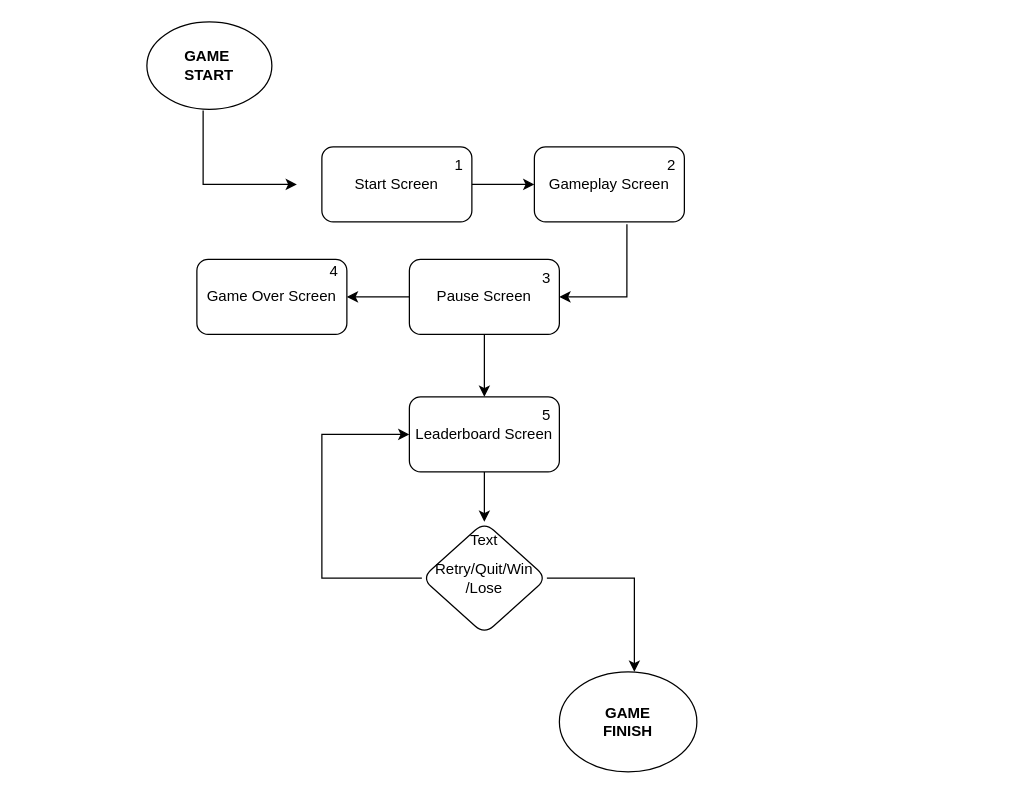
Earlier version of the draw.io diagram 3girls.drawio (ristinuraulia2/tefa-perpus-digital). Source tidied: cells renumbered, new cells numbered last; positions are measured from the earlier drawing's top-left corner, leaving out a move shared by most shapes. Both pictures are drawn from the tidied source at 125%, with x=0, y=0 at pixel (146, 21).
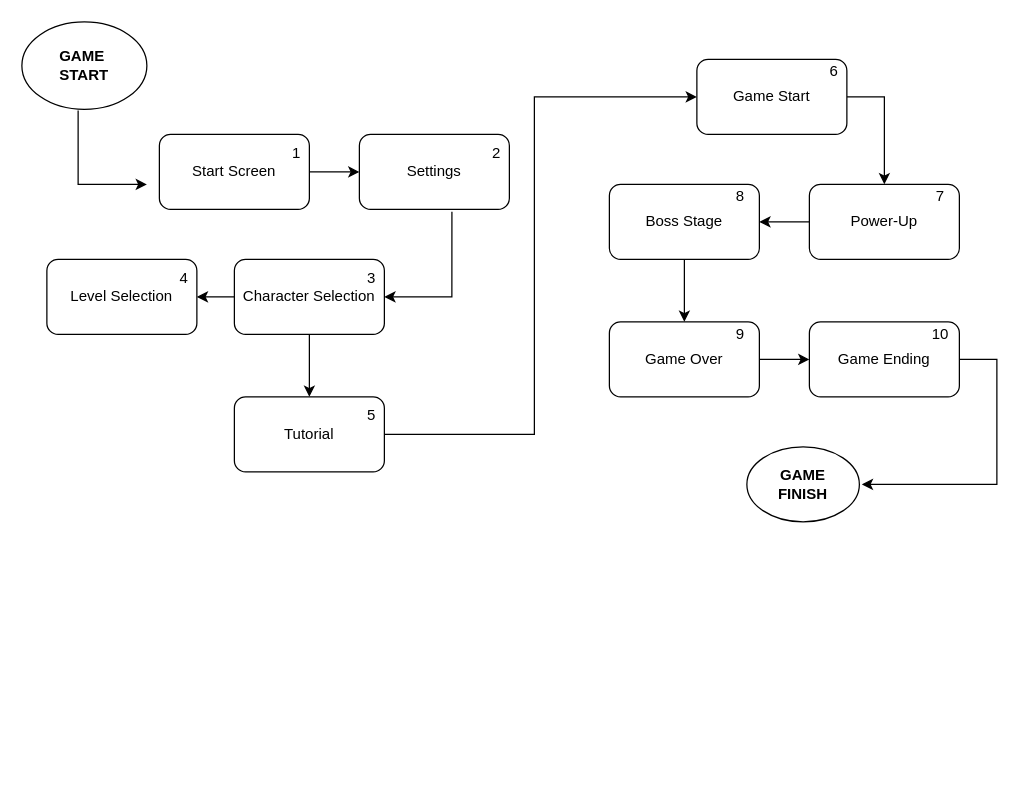
Above is the later version.

The edit, as a diff of the source:
```diff
@@
     <mxCell id="2" value="&lt;b&gt;GAME&amp;nbsp;&lt;/b&gt;&lt;div&gt;&lt;b&gt;START&lt;/b&gt;&lt;/div&gt;" style="ellipse;whiteSpace=wrap;html=1;" parent="1" vertex="1">
-      <mxGeometry width="100" height="70" as="geometry" />
+      <mxGeometry x="-100" width="100" height="70" as="geometry" />
     </mxCell>
     <mxCell id="3" style="endArrow=classic;html=1;rounded=0;exitX=0.45;exitY=1.013;exitDx=0;exitDy=0;exitPerimeter=0;" parent="1" edge="1" source="2">
       <mxGeometry relative="1" as="geometry">
-        <mxPoint x="120" y="130" as="targetPoint" />
+        <mxPoint y="130" as="targetPoint" />
         <Array as="points">
-          <mxPoint x="45" y="130" />
+          <mxPoint x="-55" y="130" />
         </Array>
       </mxGeometry>
     </mxCell>
@@
     <mxCell id="5" value="Start Screen" style="rounded=1;whiteSpace=wrap;html=1;" parent="1" vertex="1">
-      <mxGeometry x="140" y="100" width="120" height="60" as="geometry" />
+      <mxGeometry x="10" y="90" width="120" height="60" as="geometry" />
     </mxCell>
-    <mxCell id="6" value="Gameplay Screen" style="whiteSpace=wrap;html=1;rounded=1;" parent="1" vertex="1">
-      <mxGeometry x="310" y="100" width="120" height="60" as="geometry" />
+    <mxCell id="6" value="Settings" style="whiteSpace=wrap;html=1;rounded=1;" parent="1" vertex="1">
+      <mxGeometry x="170" y="90" width="120" height="60" as="geometry" />
     </mxCell>
@@
-    <mxCell id="9" value="Pause Screen" style="whiteSpace=wrap;html=1;rounded=1;" parent="1" vertex="1">
-      <mxGeometry x="210" y="190" width="120" height="60" as="geometry" />
+    <mxCell id="9" value="Character Selection" style="whiteSpace=wrap;html=1;rounded=1;" parent="1" vertex="1">
+      <mxGeometry x="70" y="190" width="120" height="60" as="geometry" />
     </mxCell>
     <mxCell id="10" style="endArrow=classic;html=1;rounded=0;exitX=0.617;exitY=1.033;exitDx=0;exitDy=0;exitPerimeter=0;entryX=1;entryY=0.5;entryDx=0;entryDy=0;" parent="1" edge="1" source="6" target="9">
       <mxGeometry relative="1" as="geometry">
         <Array as="points">
-          <mxPoint x="384" y="220" />
+          <mxPoint x="244" y="220" />
         </Array>
       </mxGeometry>
     </mxCell>
-    <mxCell id="11" value="Game Over Screen" style="whiteSpace=wrap;html=1;rounded=1;" parent="1" vertex="1">
-      <mxGeometry x="40" y="190" width="120" height="60" as="geometry" />
+    <mxCell id="11" value="Level Selection" style="whiteSpace=wrap;html=1;rounded=1;" parent="1" vertex="1">
+      <mxGeometry x="-80" y="190" width="120" height="60" as="geometry" />
     </mxCell>
-    <mxCell id="12" style="edgeStyle=orthogonalEdgeStyle;rounded=0;jettySize=auto;html=1;" parent="1" edge="1" source="13" target="14">
-      <mxGeometry relative="1" as="geometry" />
-    </mxCell>
+    <mxCell id="24" style="edgeStyle=orthogonalEdgeStyle;rounded=0;jettySize=auto;html=1;" parent="1" edge="1" source="13" target="26">
+      <mxGeometry relative="1" as="geometry">
+        <Array as="points">
+          <mxPoint x="310" y="330" />
+          <mxPoint x="310" y="60" />
+        </Array>
+      </mxGeometry>
+    </mxCell>
-    <mxCell id="13" value="Leaderboard Screen" style="whiteSpace=wrap;html=1;rounded=1;" parent="1" vertex="1">
-      <mxGeometry x="210" y="300" width="120" height="60" as="geometry" />
+    <mxCell id="13" value="Tutorial" style="whiteSpace=wrap;html=1;rounded=1;" parent="1" vertex="1">
+      <mxGeometry x="70" y="300" width="120" height="60" as="geometry" />
     </mxCell>
-    <mxCell id="14" value="Retry/Quit/Win&lt;div&gt;/Lose&lt;/div&gt;" style="rhombus;whiteSpace=wrap;html=1;rounded=1;" parent="1" vertex="1">
-      <mxGeometry x="220" y="400" width="100" height="90" as="geometry" />
-    </mxCell>
-    <mxCell id="15" style="endArrow=classic;html=1;rounded=0;exitX=0;exitY=0.5;exitDx=0;exitDy=0;entryX=0;entryY=0.5;entryDx=0;entryDy=0;" parent="1" edge="1" source="14" target="13">
-      <mxGeometry relative="1" as="geometry">
-        <Array as="points">
-          <mxPoint x="140" y="445" />
-          <mxPoint x="140" y="330" />
-        </Array>
-      </mxGeometry>
-    </mxCell>
     <mxCell id="16" value="&lt;b&gt;GAME&lt;/b&gt;&lt;div&gt;&lt;b&gt;FINISH&lt;/b&gt;&lt;/div&gt;" style="ellipse;whiteSpace=wrap;html=1;" parent="1" vertex="1">
-      <mxGeometry x="330" y="520" width="110" height="80" as="geometry" />
+      <mxGeometry x="480" y="340" width="90" height="60" as="geometry" />
     </mxCell>
-    <mxCell id="17" style="endArrow=classic;html=1;rounded=0;exitX=1;exitY=0.5;exitDx=0;exitDy=0;" parent="1" edge="1" source="14">
-      <mxGeometry relative="1" as="geometry">
-        <mxPoint x="390" y="520" as="targetPoint" />
-        <Array as="points">
-          <mxPoint x="390" y="445" />
-        </Array>
-      </mxGeometry>
-    </mxCell>
     <mxCell id="18" value="1" style="text;html=1;align=center;verticalAlign=middle;whiteSpace=wrap;rounded=0;" parent="1" vertex="1">
-      <mxGeometry x="220" y="100" width="60" height="30" as="geometry" />
+      <mxGeometry x="90" y="90" width="60" height="30" as="geometry" />
     </mxCell>
     <mxCell id="19" value="2" style="text;html=1;align=center;verticalAlign=middle;whiteSpace=wrap;rounded=0;" parent="1" vertex="1">
-      <mxGeometry x="390" y="100" width="60" height="30" as="geometry" />
+      <mxGeometry x="250" y="90" width="60" height="30" as="geometry" />
     </mxCell>
     <mxCell id="20" value="5" style="text;html=1;align=center;verticalAlign=middle;whiteSpace=wrap;rounded=0;" parent="1" vertex="1">
-      <mxGeometry x="290" y="300" width="60" height="30" as="geometry" />
+      <mxGeometry x="150" y="300" width="60" height="30" as="geometry" />
     </mxCell>
     <mxCell id="21" value="3" style="text;html=1;align=center;verticalAlign=middle;whiteSpace=wrap;rounded=0;" parent="1" vertex="1">
-      <mxGeometry x="290" y="190" width="60" height="30" as="geometry" />
+      <mxGeometry x="150" y="190" width="60" height="30" as="geometry" />
     </mxCell>
-    <mxCell id="22" value="Text" style="text;html=1;align=center;verticalAlign=middle;whiteSpace=wrap;rounded=0;" parent="1" vertex="1">
-      <mxGeometry x="240" y="400" width="60" height="30" as="geometry" />
-    </mxCell>
     <mxCell id="23" value="4" style="text;html=1;align=center;verticalAlign=middle;whiteSpace=wrap;rounded=0;" parent="1" vertex="1">
-      <mxGeometry x="120" y="190" width="60" height="20" as="geometry" />
+      <mxGeometry y="195" width="60" height="20" as="geometry" />
     </mxCell>
+    <mxCell id="25" style="edgeStyle=orthogonalEdgeStyle;rounded=0;jettySize=auto;html=1;exitX=1;exitY=0.5;exitDx=0;exitDy=0;" parent="1" edge="1" source="26" target="30">
+      <mxGeometry relative="1" as="geometry">
+        <Array as="points">
+          <mxPoint x="590" y="60" />
+        </Array>
+      </mxGeometry>
+    </mxCell>
+    <mxCell id="26" style="whiteSpace=wrap;html=1;rounded=1;" parent="1" vertex="1">
+      <mxGeometry x="440" y="30" width="120" height="60" as="geometry" />
+    </mxCell>
+    <mxCell id="27" value="Game Start" style="text;html=1;align=center;verticalAlign=middle;whiteSpace=wrap;rounded=0;" parent="1" vertex="1">
+      <mxGeometry x="450" y="45" width="100" height="30" as="geometry" />
+    </mxCell>
+    <mxCell id="28" value="6" style="text;html=1;align=center;verticalAlign=middle;whiteSpace=wrap;rounded=0;" parent="1" vertex="1">
+      <mxGeometry x="520" y="30" width="60" height="20" as="geometry" />
+    </mxCell>
+    <mxCell id="29" style="edgeStyle=orthogonalEdgeStyle;rounded=0;jettySize=auto;html=1;" parent="1" edge="1" source="30" target="33">
+      <mxGeometry relative="1" as="geometry" />
+    </mxCell>
+    <mxCell id="30" value="Power-Up" style="rounded=1;whiteSpace=wrap;html=1;" parent="1" vertex="1">
+      <mxGeometry x="530" y="130" width="120" height="60" as="geometry" />
+    </mxCell>
+    <mxCell id="31" value="7" style="text;html=1;align=center;verticalAlign=middle;whiteSpace=wrap;rounded=0;" parent="1" vertex="1">
+      <mxGeometry x="610" y="130" width="50" height="20" as="geometry" />
+    </mxCell>
+    <mxCell id="32" style="edgeStyle=orthogonalEdgeStyle;rounded=0;jettySize=auto;html=1;" parent="1" edge="1" source="33" target="36">
+      <mxGeometry relative="1" as="geometry" />
+    </mxCell>
+    <mxCell id="33" value="Boss Stage" style="whiteSpace=wrap;html=1;rounded=1;" parent="1" vertex="1">
+      <mxGeometry x="370" y="130" width="120" height="60" as="geometry" />
+    </mxCell>
+    <mxCell id="34" value="8" style="text;html=1;align=center;verticalAlign=middle;whiteSpace=wrap;rounded=0;" parent="1" vertex="1">
+      <mxGeometry x="450" y="130" width="50" height="20" as="geometry" />
+    </mxCell>
+    <mxCell id="35" style="edgeStyle=orthogonalEdgeStyle;rounded=0;jettySize=auto;html=1;" parent="1" edge="1" source="36" target="37">
+      <mxGeometry relative="1" as="geometry" />
+    </mxCell>
+    <mxCell id="36" value="Game Over" style="whiteSpace=wrap;html=1;rounded=1;" parent="1" vertex="1">
+      <mxGeometry x="370" y="240" width="120" height="60" as="geometry" />
+    </mxCell>
+    <mxCell id="37" value="Game Ending" style="whiteSpace=wrap;html=1;rounded=1;" parent="1" vertex="1">
+      <mxGeometry x="530" y="240" width="120" height="60" as="geometry" />
+    </mxCell>
+    <mxCell id="38" value="9" style="text;html=1;align=center;verticalAlign=middle;whiteSpace=wrap;rounded=0;" parent="1" vertex="1">
+      <mxGeometry x="450" y="240" width="50" height="20" as="geometry" />
+    </mxCell>
+    <mxCell id="39" value="10" style="text;html=1;align=center;verticalAlign=middle;whiteSpace=wrap;rounded=0;" parent="1" vertex="1">
+      <mxGeometry x="610" y="240" width="50" height="20" as="geometry" />
+    </mxCell>
+    <mxCell id="40" style="endArrow=classic;html=1;rounded=0;exitX=1;exitY=0.5;exitDx=0;exitDy=0;" parent="1" edge="1" source="37">
+      <mxGeometry relative="1" as="geometry">
+        <mxPoint x="572" y="370" as="targetPoint" />
+        <Array as="points">
+          <mxPoint x="680" y="270" />
+          <mxPoint x="680" y="370" />
+        </Array>
+      </mxGeometry>
+    </mxCell>
```
